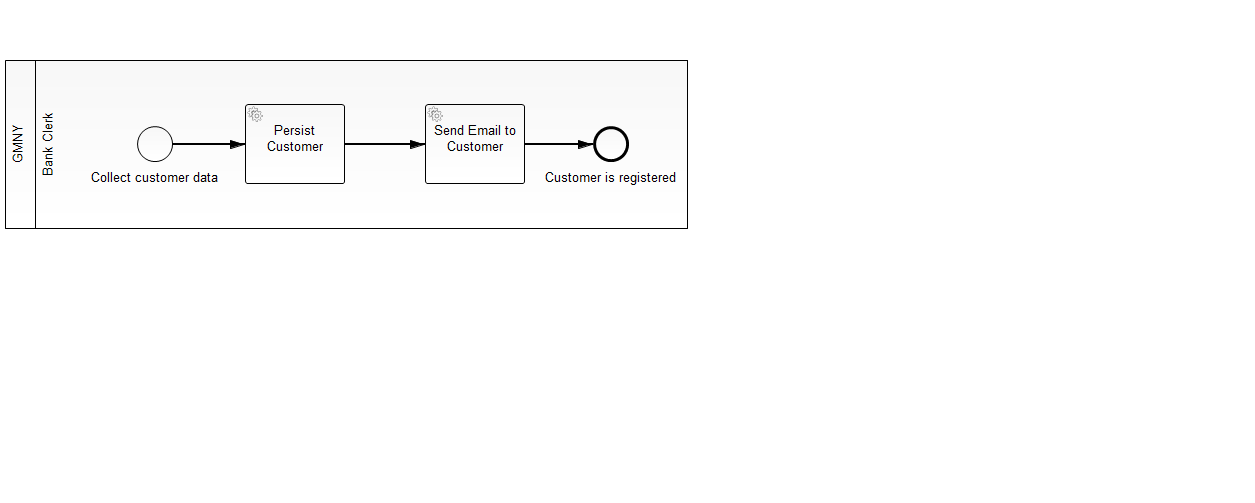
Above: GMNYworkflow/gmny/src/main/resources/01-customer-registration.png in shaunthomas999/GMNY-WFM-CaseStudy (BPMN), before the change. Its source is kept beside it as GMNYworkflow/gmny/src/main/resources/01-customer-registration.bpmn. Ids are renumbered.
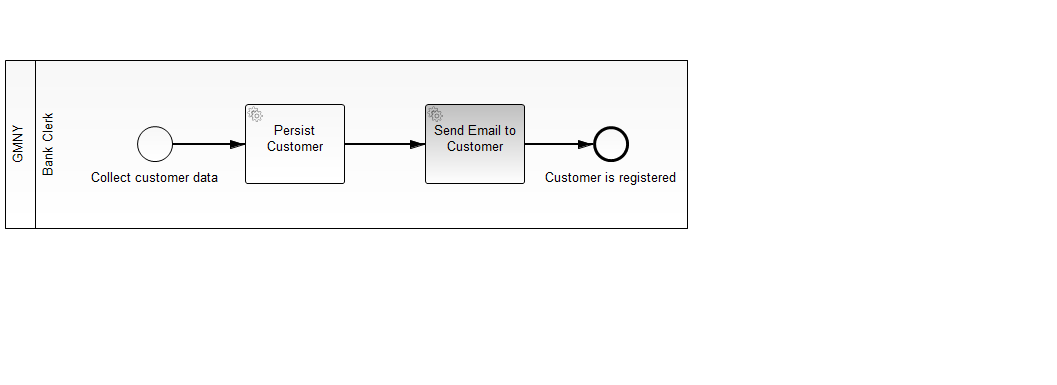
The same diagram one commit later.

Commit message:
implemented registration

The edit, as a diff of the source:
```diff
@@ -5,22 +5,22 @@
   <bpmn2:process id="Process_1" name="registerCustomer" isExecutable="true">
     <bpmn2:laneSet id="LaneSet_1" name="Lane Set 1">
       <bpmn2:lane id="Lane_1" name="Bank Clerk">
-        <bpmn2:flowNodeRef>StartEvent_1</bpmn2:flowNodeRef>
+        <bpmn2:flowNodeRef>CustomerRegStart</bpmn2:flowNodeRef>
         <bpmn2:flowNodeRef>ServiceTask_1</bpmn2:flowNodeRef>
         <bpmn2:flowNodeRef>ServiceTask_2</bpmn2:flowNodeRef>
         <bpmn2:flowNodeRef>EndEvent_3</bpmn2:flowNodeRef>
       </bpmn2:lane>
     </bpmn2:laneSet>
-    <bpmn2:startEvent id="StartEvent_1" camunda:formKey="app:customerreg.jsf" name="Collect customer data">
+    <bpmn2:startEvent id="CustomerRegStart" camunda:formKey="embedded:app:forms/customer_registration.html" name="Collect customer data">
       <bpmn2:outgoing>SequenceFlow_1</bpmn2:outgoing>
     </bpmn2:startEvent>
-    <bpmn2:sequenceFlow id="SequenceFlow_1" name="" sourceRef="StartEvent_1" targetRef="ServiceTask_1"/>
+    <bpmn2:sequenceFlow id="SequenceFlow_1" name="" sourceRef="CustomerRegStart" targetRef="ServiceTask_1"/>
     <bpmn2:serviceTask id="ServiceTask_1" camunda:expression="${customerBusinessLogic.persistCustomer(execution)}" name="Persist Customer">
       <bpmn2:incoming>SequenceFlow_1</bpmn2:incoming>
       <bpmn2:outgoing>SequenceFlow_2</bpmn2:outgoing>
     </bpmn2:serviceTask>
     <bpmn2:sequenceFlow id="SequenceFlow_2" name="" sourceRef="ServiceTask_1" targetRef="ServiceTask_2"/>
-    <bpmn2:serviceTask id="ServiceTask_2" name="Send Email to Customer">
+    <bpmn2:serviceTask id="ServiceTask_2" camunda:expression="${customerBusinessLogic.sendEmailToCustomer(execution)}" name="Send Email to Customer">
       <bpmn2:incoming>SequenceFlow_2</bpmn2:incoming>
       <bpmn2:outgoing>SequenceFlow_7</bpmn2:outgoing>
     </bpmn2:serviceTask>
@@ -31,7 +31,7 @@
   </bpmn2:process>
   <bpmndi:BPMNDiagram id="BPMNDiagram_1">
     <bpmndi:BPMNPlane id="BPMNPlane_1" bpmnElement="_Collaboration_2">
-      <bpmndi:BPMNShape id="_BPMNShape_StartEvent_2" bpmnElement="StartEvent_1">
+      <bpmndi:BPMNShape id="_BPMNShape_StartEvent_2" bpmnElement="CustomerRegStart">
         <dc:Bounds height="36.0" width="36.0" x="132.0" y="126.0"/>
         <bpmndi:BPMNLabel>
           <dc:Bounds height="22.0" width="133.0" x="84.0" y="167.0"/>
```
